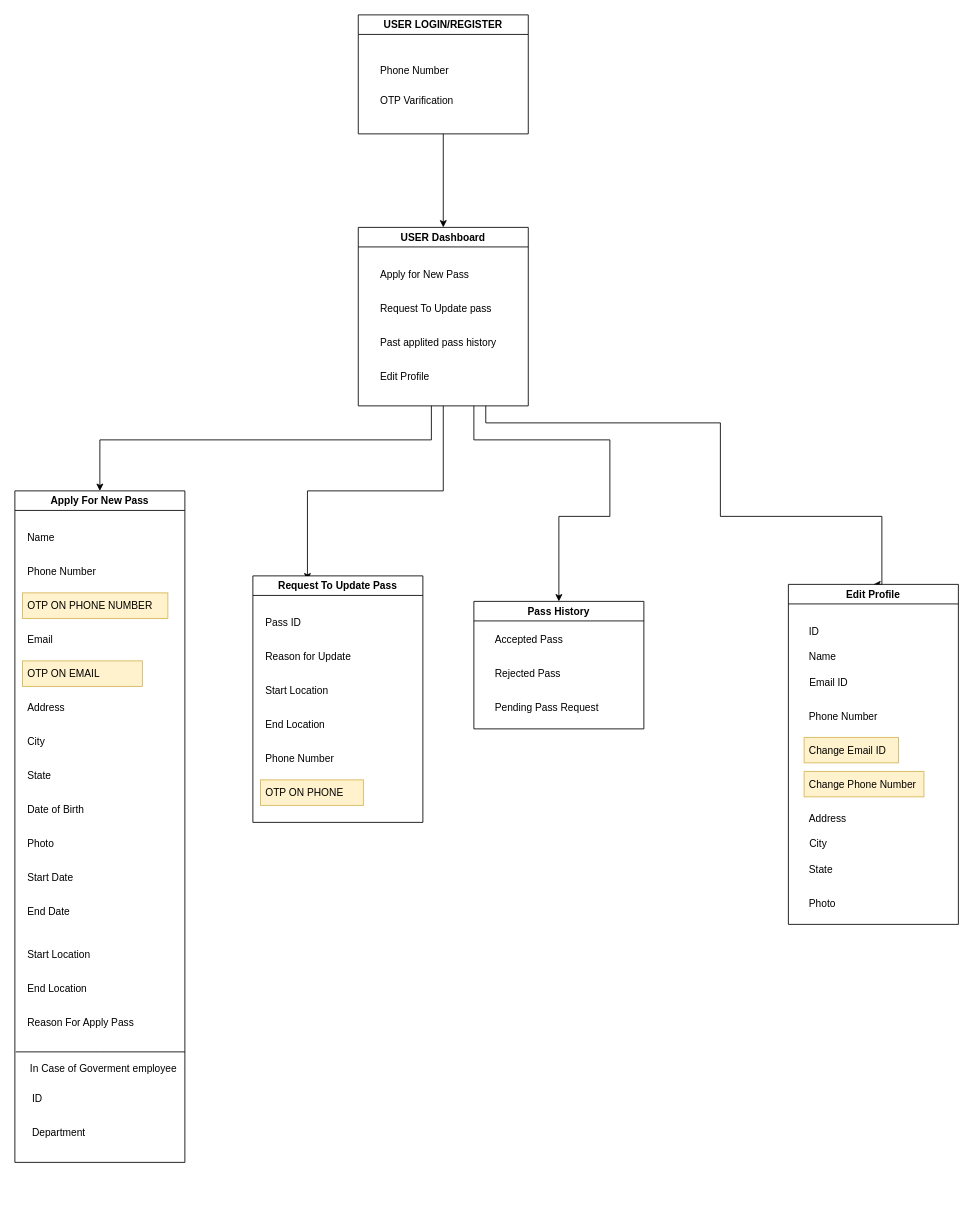
The draw.io diagram curfewpass-class-diagram.drawio in rahulvermafreelancer/curfewpass-django, before the edit. Source tidied: cells renumbered, new cells numbered last; positions are measured from the earlier drawing's top-left corner, leaving out a move shared by most shapes. Both pictures are drawn from the tidied source at 85%, with x=0, y=0 at pixel (14, 14).
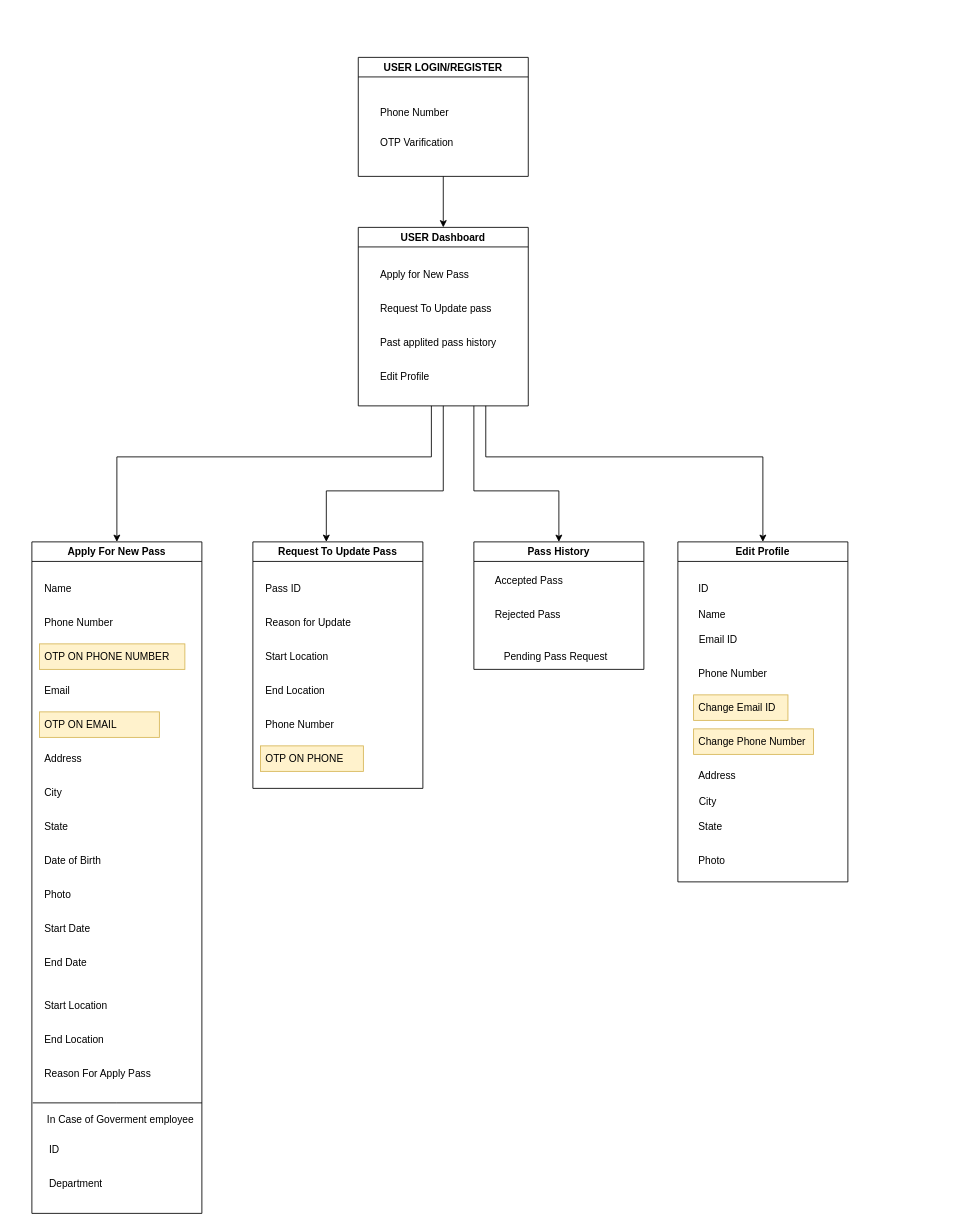
After the change.

Unchanged cells that the change refers to:
```xml
<mxCell id="10" value="USER Dashboard" style="swimlane;" parent="1" vertex="1">
  <mxGeometry x="404" y="250" width="200" height="210" as="geometry" />
</mxCell>
```

Diff of the diagram source:
```diff
@@
     <mxCell id="3" value="USER LOGIN/REGISTER" style="swimlane;" parent="1" vertex="1">
-      <mxGeometry x="404" width="200" height="140" as="geometry" />
+      <mxGeometry x="404" y="50" width="200" height="140" as="geometry" />
     </mxCell>
@@
     <mxCell id="6" style="edgeStyle=orthogonalEdgeStyle;rounded=0;jettySize=auto;html=1;entryX=0.5;entryY=0;entryDx=0;entryDy=0;" parent="1" edge="1" target="15">
       <mxGeometry relative="1" as="geometry">
         <mxPoint x="490" y="460" as="sourcePoint" />
         <Array as="points">
-          <mxPoint x="490" y="500" />
-          <mxPoint x="100" y="500" />
+          <mxPoint x="490" y="520" />
+          <mxPoint x="120" y="520" />
         </Array>
       </mxGeometry>
     </mxCell>
-    <mxCell id="7" style="edgeStyle=orthogonalEdgeStyle;rounded=0;jettySize=auto;html=1;entryX=0.321;entryY=0.018;entryDx=0;entryDy=0;entryPerimeter=0;" parent="1" edge="1" source="10" target="35">
-      <mxGeometry relative="1" as="geometry" />
+    <mxCell id="7" style="edgeStyle=orthogonalEdgeStyle;rounded=0;jettySize=auto;html=1;entryX=0.432;entryY=0;entryDx=0;entryDy=0;entryPerimeter=0;" parent="1" edge="1" source="10" target="35">
+      <mxGeometry relative="1" as="geometry">
+        <Array as="points">
+          <mxPoint x="504" y="560" />
+          <mxPoint x="366" y="560" />
+        </Array>
+      </mxGeometry>
     </mxCell>
     <mxCell id="8" style="edgeStyle=orthogonalEdgeStyle;rounded=0;jettySize=auto;html=1;entryX=0.5;entryY=0;entryDx=0;entryDy=0;" parent="1" edge="1" target="42">
       <mxGeometry relative="1" as="geometry">
         <mxPoint x="540" y="460" as="sourcePoint" />
         <Array as="points">
-          <mxPoint x="540" y="500" />
-          <mxPoint x="700" y="500" />
-          <mxPoint x="700" y="590" />
-          <mxPoint x="640" y="590" />
+          <mxPoint x="540" y="560" />
+          <mxPoint x="640" y="560" />
         </Array>
       </mxGeometry>
     </mxCell>
     <mxCell id="9" style="edgeStyle=orthogonalEdgeStyle;rounded=0;jettySize=auto;html=1;entryX=0.5;entryY=0;entryDx=0;entryDy=0;exitX=0.75;exitY=1;exitDx=0;exitDy=0;" parent="1" edge="1" source="10" target="46">
       <mxGeometry relative="1" as="geometry">
         <Array as="points">
-          <mxPoint x="554" y="480" />
-          <mxPoint x="830" y="480" />
-          <mxPoint x="830" y="590" />
-          <mxPoint x="1020" y="590" />
+          <mxPoint x="554" y="520" />
+          <mxPoint x="880" y="520" />
         </Array>
       </mxGeometry>
     </mxCell>
@@
     <mxCell id="15" value="Apply For New Pass" style="swimlane;" parent="1" vertex="1">
-      <mxGeometry y="560" width="200" height="790" as="geometry" />
+      <mxGeometry x="20" y="620" width="200" height="790" as="geometry" />
     </mxCell>
@@
     <mxCell id="35" value="Request To Update Pass" style="swimlane;" parent="1" vertex="1">
-      <mxGeometry x="280" y="660" width="200" height="290" as="geometry" />
+      <mxGeometry x="280" y="620" width="200" height="290" as="geometry" />
     </mxCell>
@@
     <mxCell id="42" value="Pass History" style="swimlane;" parent="1" vertex="1">
-      <mxGeometry x="540" y="690" width="200" height="150" as="geometry" />
+      <mxGeometry x="540" y="620" width="200" height="150" as="geometry" />
     </mxCell>
@@
-    <mxCell id="44" value="Pending Pass Request" style="text;strokeColor=none;fillColor=none;align=left;verticalAlign=middle;spacingLeft=4;spacingRight=4;overflow=hidden;" parent="42" vertex="1">
-      <mxGeometry x="19" y="110" width="141" height="30" as="geometry" />
-    </mxCell>
@@
     <mxCell id="46" value="Edit Profile" style="swimlane;" parent="1" vertex="1">
-      <mxGeometry x="910" y="670" width="200" height="400" as="geometry" />
+      <mxGeometry x="780" y="620" width="200" height="400" as="geometry" />
     </mxCell>
@@
+    <mxCell id="44" value="Pending Pass Request" style="text;strokeColor=none;fillColor=none;align=left;verticalAlign=middle;spacingLeft=4;spacingRight=4;overflow=hidden;" parent="1" vertex="1">
+      <mxGeometry x="569.5" y="740" width="141" height="30" as="geometry" />
+    </mxCell>
```
